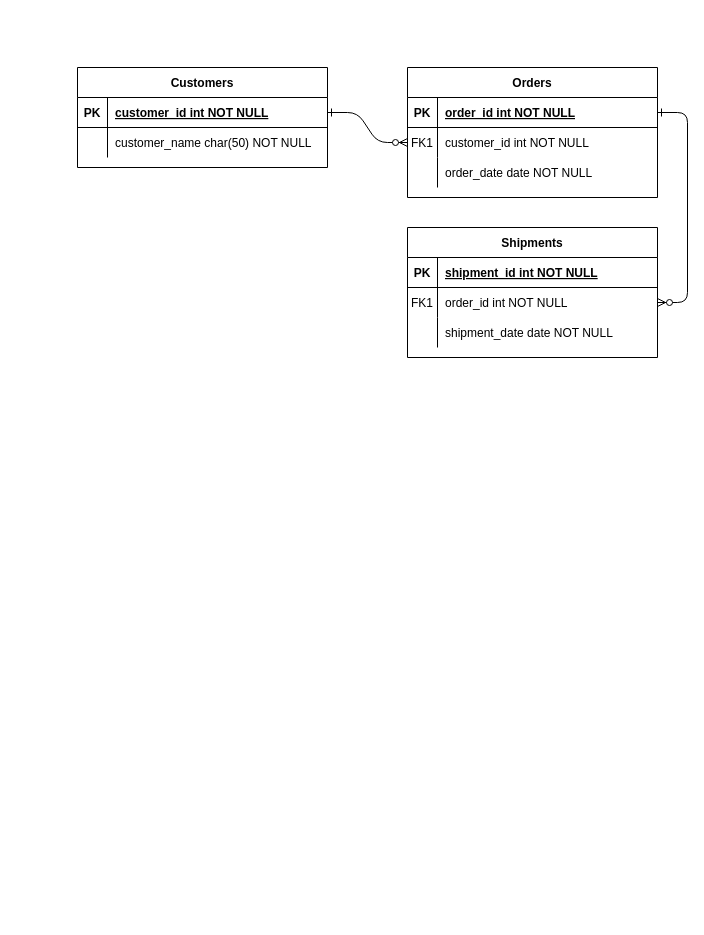
The draw.io diagram 未命名绘图.drawio in LUsamiLU/ALY-6000-Project1, before the edit. Source tidied: cells renumbered, new cells numbered last; positions are measured from the earlier drawing's top-left corner, leaving out a move shared by most shapes. Both pictures are drawn from the tidied source at 100%, with x=0, y=0 at pixel (77, 67).
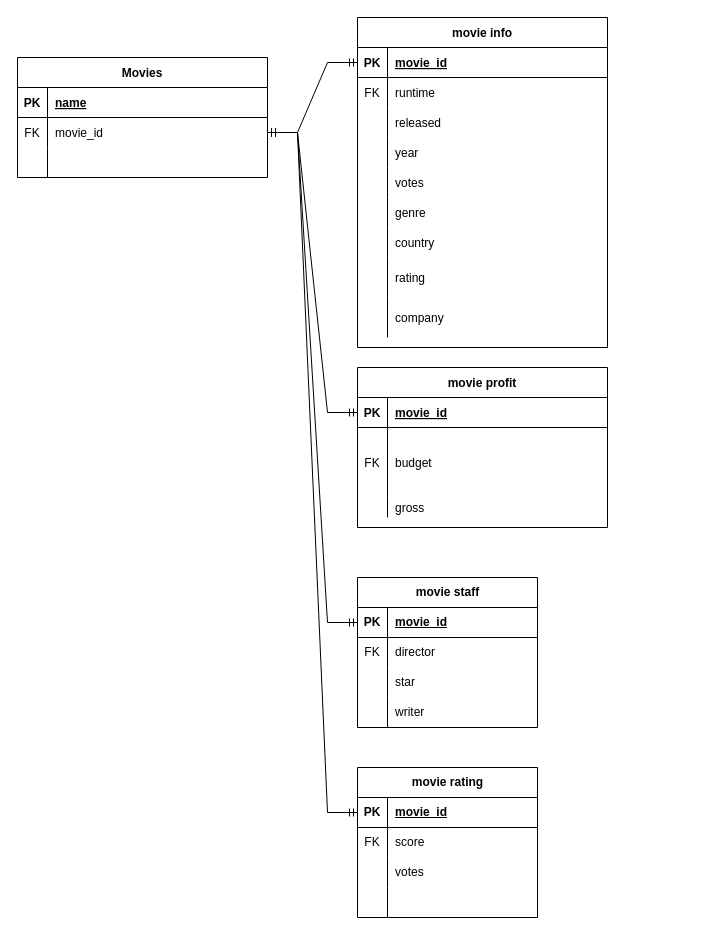
Above is the later version.

The change refers to these unchanged cells:
```xml
<mxCell id="5" style="shape=partialRectangle;fillColor=none;points=[[0,0.5],[1,0.5]];portConstraint=eastwest;top=0;left=0;right=0;bottom=1;" parent="4" vertex="1">
  <mxGeometry y="30" width="250" height="30" as="geometry" />
</mxCell>
<mxCell id="8" style="shape=partialRectangle;fillColor=none;points=[[0,0.5],[1,0.5]];portConstraint=eastwest;top=0;left=0;right=0;bottom=0;" parent="4" vertex="1">
  <mxGeometry y="60" width="250" height="30" as="geometry" />
</mxCell>
<mxCell id="11" style="shape=partialRectangle;fillColor=none;top=0;left=0;right=0;bottom=0;" parent="4" vertex="1">
  <mxGeometry y="90" width="250" height="30" as="geometry" />
</mxCell>
<mxCell id="15" style="shape=partialRectangle;fillColor=none;points=[[0,0.5],[1,0.5]];portConstraint=eastwest;top=0;left=0;right=0;bottom=1;" parent="14" vertex="1">
  <mxGeometry y="30" width="250" height="30" as="geometry" />
</mxCell>
<mxCell id="25" style="shape=partialRectangle;fillColor=none;points=[[0,0.5],[1,0.5]];portConstraint=eastwest;top=0;left=0;right=0;bottom=1;" parent="24" vertex="1">
  <mxGeometry y="30" width="250" height="30" as="geometry" />
</mxCell>
<mxCell id="28" style="shape=partialRectangle;fillColor=none;points=[[0,0.5],[1,0.5]];portConstraint=eastwest;top=0;left=0;right=0;bottom=0;" parent="24" vertex="1">
  <mxGeometry y="60" width="250" height="30" as="geometry" />
</mxCell>
```

The edit, as a diff of the source:
```diff
@@
-    <mxCell id="2" style="edgeStyle=entityRelationEdgeStyle;endArrow=ERzeroToMany;startArrow=ERone;endFill=1;startFill=0;" parent="1" edge="1" source="25" target="8">
-      <mxGeometry relative="1" as="geometry" />
-    </mxCell>
-    <mxCell id="3" style="edgeStyle=entityRelationEdgeStyle;endArrow=ERzeroToMany;startArrow=ERone;endFill=1;startFill=0;" parent="1" edge="1" source="5" target="18">
-      <mxGeometry relative="1" as="geometry" />
-    </mxCell>
-    <mxCell id="4" value="Orders" style="shape=table;startSize=30;childLayout=tableLayout;rowLines=0;fontStyle=1;align=center;" parent="1" vertex="1">
-      <mxGeometry x="330" width="250" height="130" as="geometry" />
+    <mxCell id="4" value="movie info" style="shape=table;startSize=30;childLayout=tableLayout;rowLines=0;fontStyle=1;align=center;" parent="1" vertex="1">
+      <mxGeometry x="280" y="-50" width="250" height="330" as="geometry" />
     </mxCell>
@@
-    <mxCell id="7" value="order_id int NOT NULL " style="shape=partialRectangle;overflow=hidden;fillColor=none;top=0;left=0;bottom=0;right=0;align=left;spacingLeft=6;fontStyle=5;" parent="5" vertex="1">
+    <mxCell id="7" value="movie_id" style="shape=partialRectangle;overflow=hidden;fillColor=none;top=0;left=0;bottom=0;right=0;align=left;spacingLeft=6;fontStyle=5;" parent="5" vertex="1">
       <mxGeometry x="30" width="220" height="30" as="geometry" />
     </mxCell>
@@
-    <mxCell id="9" value="FK1" style="shape=partialRectangle;overflow=hidden;fillColor=none;top=0;left=0;bottom=0;right=0;" parent="8" vertex="1">
+    <mxCell id="9" value="FK" style="shape=partialRectangle;overflow=hidden;fillColor=none;top=0;left=0;bottom=0;right=0;" parent="8" vertex="1">
       <mxGeometry width="30" height="30" as="geometry" />
     </mxCell>
-    <mxCell id="10" value="customer_id int NOT NULL" style="shape=partialRectangle;overflow=hidden;fillColor=none;top=0;left=0;bottom=0;right=0;align=left;spacingLeft=6;" parent="8" vertex="1">
+    <mxCell id="10" value="runtime" style="shape=partialRectangle;overflow=hidden;fillColor=none;top=0;left=0;bottom=0;right=0;align=left;spacingLeft=6;" parent="8" vertex="1">
       <mxGeometry x="30" width="220" height="30" as="geometry" />
     </mxCell>
@@
-    <mxCell id="13" value="order_date date NOT NULL" style="shape=partialRectangle;overflow=hidden;fillColor=none;top=0;left=0;bottom=0;right=0;align=left;spacingLeft=6;" parent="11" vertex="1">
+    <mxCell id="13" value="released" style="shape=partialRectangle;overflow=hidden;fillColor=none;top=0;left=0;bottom=0;right=0;align=left;spacingLeft=6;" parent="11" vertex="1">
       <mxGeometry x="30" width="220" height="30" as="geometry" />
     </mxCell>
+    <mxCell id="31" style="shape=partialRectangle;fillColor=none;top=0;left=0;right=0;bottom=0;" parent="4" vertex="1">
+      <mxGeometry y="120" width="250" height="30" as="geometry" />
+    </mxCell>
+    <mxCell id="32" style="shape=partialRectangle;overflow=hidden;fillColor=none;top=0;left=0;bottom=0;right=0;" parent="31" vertex="1">
+      <mxGeometry width="30" height="30" as="geometry" />
+    </mxCell>
+    <mxCell id="33" value="year" style="shape=partialRectangle;overflow=hidden;fillColor=none;top=0;left=0;bottom=0;right=0;align=left;spacingLeft=6;" parent="31" vertex="1">
+      <mxGeometry x="30" width="220" height="30" as="geometry" />
+    </mxCell>
+    <mxCell id="34" style="shape=partialRectangle;fillColor=none;top=0;left=0;right=0;bottom=0;" parent="4" vertex="1">
+      <mxGeometry y="150" width="250" height="30" as="geometry" />
+    </mxCell>
+    <mxCell id="35" style="shape=partialRectangle;overflow=hidden;fillColor=none;top=0;left=0;bottom=0;right=0;" parent="34" vertex="1">
+      <mxGeometry width="30" height="30" as="geometry" />
+    </mxCell>
+    <mxCell id="36" value="votes" style="shape=partialRectangle;overflow=hidden;fillColor=none;top=0;left=0;bottom=0;right=0;align=left;spacingLeft=6;" parent="34" vertex="1">
+      <mxGeometry x="30" width="220" height="30" as="geometry" />
+    </mxCell>
+    <mxCell id="37" style="shape=partialRectangle;fillColor=none;top=0;left=0;right=0;bottom=0;" parent="4" vertex="1">
+      <mxGeometry y="180" width="250" height="30" as="geometry" />
+    </mxCell>
+    <mxCell id="38" style="shape=partialRectangle;overflow=hidden;fillColor=none;top=0;left=0;bottom=0;right=0;" parent="37" vertex="1">
+      <mxGeometry width="30" height="30" as="geometry" />
+    </mxCell>
+    <mxCell id="39" value="genre" style="shape=partialRectangle;overflow=hidden;fillColor=none;top=0;left=0;bottom=0;right=0;align=left;spacingLeft=6;" parent="37" vertex="1">
+      <mxGeometry x="30" width="220" height="30" as="geometry" />
+    </mxCell>
+    <mxCell id="40" style="shape=partialRectangle;fillColor=none;top=0;left=0;right=0;bottom=0;" parent="4" vertex="1">
+      <mxGeometry y="210" width="250" height="30" as="geometry" />
+    </mxCell>
+    <mxCell id="41" style="shape=partialRectangle;overflow=hidden;fillColor=none;top=0;left=0;bottom=0;right=0;" parent="40" vertex="1">
+      <mxGeometry width="30" height="30" as="geometry" />
+    </mxCell>
+    <mxCell id="42" value="country" style="shape=partialRectangle;overflow=hidden;fillColor=none;top=0;left=0;bottom=0;right=0;align=left;spacingLeft=6;" parent="40" vertex="1">
+      <mxGeometry x="30" width="220" height="30" as="geometry" />
+    </mxCell>
+    <mxCell id="43" style="shape=partialRectangle;fillColor=none;top=0;left=0;right=0;bottom=0;" parent="4" vertex="1">
+      <mxGeometry y="240" width="250" height="40" as="geometry" />
+    </mxCell>
+    <mxCell id="44" style="shape=partialRectangle;overflow=hidden;fillColor=none;top=0;left=0;bottom=0;right=0;" parent="43" vertex="1">
+      <mxGeometry width="30" height="40" as="geometry" />
+    </mxCell>
+    <mxCell id="45" value="rating" style="shape=partialRectangle;overflow=hidden;fillColor=none;top=0;left=0;bottom=0;right=0;align=left;spacingLeft=6;" parent="43" vertex="1">
+      <mxGeometry x="30" width="220" height="40" as="geometry" />
+    </mxCell>
+    <mxCell id="46" style="shape=partialRectangle;fillColor=none;top=0;left=0;right=0;bottom=0;" parent="4" vertex="1">
+      <mxGeometry y="280" width="250" height="40" as="geometry" />
+    </mxCell>
+    <mxCell id="47" style="shape=partialRectangle;overflow=hidden;fillColor=none;top=0;left=0;bottom=0;right=0;" parent="46" vertex="1">
+      <mxGeometry width="30" height="40" as="geometry" />
+    </mxCell>
+    <mxCell id="48" value="company" style="shape=partialRectangle;overflow=hidden;fillColor=none;top=0;left=0;bottom=0;right=0;align=left;spacingLeft=6;" parent="46" vertex="1">
+      <mxGeometry x="30" width="220" height="40" as="geometry" />
+    </mxCell>
-    <mxCell id="14" value="Shipments" style="shape=table;startSize=30;childLayout=tableLayout;rowLines=0;fontStyle=1;align=center;" parent="1" vertex="1">
-      <mxGeometry x="330" y="160" width="250" height="130" as="geometry" />
+    <mxCell id="14" value="movie profit" style="shape=table;startSize=30;childLayout=tableLayout;rowLines=0;fontStyle=1;align=center;" parent="1" vertex="1">
+      <mxGeometry x="280" y="300" width="250" height="160" as="geometry" />
     </mxCell>
@@
-    <mxCell id="17" value="shipment_id int NOT NULL " style="shape=partialRectangle;overflow=hidden;fillColor=none;top=0;left=0;bottom=0;right=0;align=left;spacingLeft=6;fontStyle=5;" parent="15" vertex="1">
+    <mxCell id="17" value="movie_id" style="shape=partialRectangle;overflow=hidden;fillColor=none;top=0;left=0;bottom=0;right=0;align=left;spacingLeft=6;fontStyle=5;" parent="15" vertex="1">
       <mxGeometry x="30" width="220" height="30" as="geometry" />
     </mxCell>
     <mxCell id="18" style="shape=partialRectangle;fillColor=none;points=[[0,0.5],[1,0.5]];portConstraint=eastwest;top=0;left=0;right=0;bottom=0;" parent="14" vertex="1">
-      <mxGeometry y="60" width="250" height="30" as="geometry" />
+      <mxGeometry y="60" width="250" height="70" as="geometry" />
     </mxCell>
-    <mxCell id="19" value="FK1" style="shape=partialRectangle;overflow=hidden;fillColor=none;top=0;left=0;bottom=0;right=0;" parent="18" vertex="1">
-      <mxGeometry width="30" height="30" as="geometry" />
+    <mxCell id="19" value="FK" style="shape=partialRectangle;overflow=hidden;fillColor=none;top=0;left=0;bottom=0;right=0;" parent="18" vertex="1">
+      <mxGeometry width="30" height="70" as="geometry" />
     </mxCell>
-    <mxCell id="20" value="order_id int NOT NULL" style="shape=partialRectangle;overflow=hidden;fillColor=none;top=0;left=0;bottom=0;right=0;align=left;spacingLeft=6;" parent="18" vertex="1">
-      <mxGeometry x="30" width="220" height="30" as="geometry" />
+    <mxCell id="20" value="budget" style="shape=partialRectangle;overflow=hidden;fillColor=none;top=0;left=0;bottom=0;right=0;align=left;spacingLeft=6;" parent="18" vertex="1">
+      <mxGeometry x="30" width="220" height="70" as="geometry" />
     </mxCell>
     <mxCell id="21" style="shape=partialRectangle;fillColor=none;top=0;left=0;right=0;bottom=0;" parent="14" vertex="1">
-      <mxGeometry y="90" width="250" height="30" as="geometry" />
+      <mxGeometry y="130" width="250" height="20" as="geometry" />
     </mxCell>
     <mxCell id="22" style="shape=partialRectangle;overflow=hidden;fillColor=none;top=0;left=0;bottom=0;right=0;" parent="21" vertex="1">
-      <mxGeometry width="30" height="30" as="geometry" />
+      <mxGeometry width="30" height="20" as="geometry" />
     </mxCell>
-    <mxCell id="23" value="shipment_date date NOT NULL" style="shape=partialRectangle;overflow=hidden;fillColor=none;top=0;left=0;bottom=0;right=0;align=left;spacingLeft=6;" parent="21" vertex="1">
-      <mxGeometry x="30" width="220" height="30" as="geometry" />
+    <mxCell id="23" value="gross" style="shape=partialRectangle;overflow=hidden;fillColor=none;top=0;left=0;bottom=0;right=0;align=left;spacingLeft=6;" parent="21" vertex="1">
+      <mxGeometry x="30" width="220" height="20" as="geometry" />
     </mxCell>
-    <mxCell id="24" value="Customers" style="shape=table;startSize=30;childLayout=tableLayout;rowLines=0;fontStyle=1;align=center;" parent="1" vertex="1">
-      <mxGeometry width="250" height="100" as="geometry" />
+    <mxCell id="24" value="Movies" style="shape=table;startSize=30;childLayout=tableLayout;rowLines=0;fontStyle=1;align=center;" parent="1" vertex="1">
+      <mxGeometry x="-60" y="-10" width="250" height="120" as="geometry" />
     </mxCell>
@@
-    <mxCell id="27" value="customer_id int NOT NULL " style="shape=partialRectangle;overflow=hidden;fillColor=none;top=0;left=0;bottom=0;right=0;align=left;spacingLeft=6;fontStyle=5;" parent="25" vertex="1">
+    <mxCell id="27" value="name" style="shape=partialRectangle;overflow=hidden;fillColor=none;top=0;left=0;bottom=0;right=0;align=left;spacingLeft=6;fontStyle=5;" parent="25" vertex="1">
       <mxGeometry x="30" width="220" height="30" as="geometry" />
     </mxCell>
@@
-    <mxCell id="29" style="shape=partialRectangle;overflow=hidden;fillColor=none;top=0;left=0;bottom=0;right=0;" parent="28" vertex="1">
+    <mxCell id="29" value="FK" style="shape=partialRectangle;overflow=hidden;fillColor=none;top=0;left=0;bottom=0;right=0;" parent="28" vertex="1">
       <mxGeometry width="30" height="30" as="geometry" />
     </mxCell>
-    <mxCell id="30" value="customer_name char(50) NOT NULL" style="shape=partialRectangle;overflow=hidden;fillColor=none;top=0;left=0;bottom=0;right=0;align=left;spacingLeft=6;" parent="28" vertex="1">
+    <mxCell id="30" value="movie_id" style="shape=partialRectangle;overflow=hidden;fillColor=none;top=0;left=0;bottom=0;right=0;align=left;spacingLeft=6;" parent="28" vertex="1">
       <mxGeometry x="30" width="220" height="30" as="geometry" />
     </mxCell>
+    <mxCell id="49" style="shape=partialRectangle;fillColor=none;top=0;left=0;right=0;bottom=0;" parent="24" vertex="1">
+      <mxGeometry y="90" width="250" height="30" as="geometry" />
+    </mxCell>
+    <mxCell id="50" style="shape=partialRectangle;overflow=hidden;fillColor=none;top=0;left=0;bottom=0;right=0;" parent="49" vertex="1">
+      <mxGeometry width="30" height="30" as="geometry" />
+    </mxCell>
+    <mxCell id="51" style="shape=partialRectangle;overflow=hidden;fillColor=none;top=0;left=0;bottom=0;right=0;align=left;spacingLeft=6;" parent="49" vertex="1">
+      <mxGeometry x="30" width="220" height="30" as="geometry" />
+    </mxCell>
+    <mxCell id="52" value="movie staff" style="shape=table;startSize=30;childLayout=tableLayout;rowLines=0;fontStyle=1;align=center;html=1;" parent="1" vertex="1">
+      <mxGeometry x="280" y="510" width="180" height="150" as="geometry" />
+    </mxCell>
+    <mxCell id="53" style="shape=tableRow;horizontal=0;startSize=0;swimlaneHead=0;swimlaneBody=0;fillColor=none;points=[[0,0.5],[1,0.5]];portConstraint=eastwest;top=0;left=0;right=0;bottom=1;" parent="52" vertex="1">
+      <mxGeometry y="30" width="180" height="30" as="geometry" />
+    </mxCell>
+    <mxCell id="54" value="PK" style="shape=partialRectangle;fillColor=none;top=0;left=0;bottom=0;right=0;fontStyle=1;overflow=hidden;whiteSpace=wrap;html=1;" parent="53" vertex="1">
+      <mxGeometry width="30" height="30" as="geometry" />
+    </mxCell>
+    <mxCell id="55" value="movie_id" style="shape=partialRectangle;fillColor=none;top=0;left=0;bottom=0;right=0;align=left;spacingLeft=6;fontStyle=5;overflow=hidden;whiteSpace=wrap;html=1;" parent="53" vertex="1">
+      <mxGeometry x="30" width="150" height="30" as="geometry" />
+    </mxCell>
+    <mxCell id="56" style="shape=tableRow;horizontal=0;startSize=0;swimlaneHead=0;swimlaneBody=0;fillColor=none;top=0;left=0;right=0;bottom=0;" parent="52" vertex="1">
+      <mxGeometry y="60" width="180" height="30" as="geometry" />
+    </mxCell>
+    <mxCell id="57" value="FK" style="shape=partialRectangle;fillColor=none;top=0;left=0;bottom=0;right=0;overflow=hidden;whiteSpace=wrap;html=1;" parent="56" vertex="1">
+      <mxGeometry width="30" height="30" as="geometry" />
+    </mxCell>
+    <mxCell id="58" value="director" style="shape=partialRectangle;fillColor=none;top=0;left=0;bottom=0;right=0;align=left;spacingLeft=6;overflow=hidden;whiteSpace=wrap;html=1;" parent="56" vertex="1">
+      <mxGeometry x="30" width="150" height="30" as="geometry" />
+    </mxCell>
+    <mxCell id="59" style="shape=tableRow;horizontal=0;startSize=0;swimlaneHead=0;swimlaneBody=0;fillColor=none;top=0;left=0;right=0;bottom=0;" parent="52" vertex="1">
+      <mxGeometry y="90" width="180" height="30" as="geometry" />
+    </mxCell>
+    <mxCell id="60" style="shape=partialRectangle;fillColor=none;top=0;left=0;bottom=0;right=0;overflow=hidden;whiteSpace=wrap;html=1;" parent="59" vertex="1">
+      <mxGeometry width="30" height="30" as="geometry" />
+    </mxCell>
+    <mxCell id="61" value="star" style="shape=partialRectangle;fillColor=none;top=0;left=0;bottom=0;right=0;align=left;spacingLeft=6;overflow=hidden;whiteSpace=wrap;html=1;" parent="59" vertex="1">
+      <mxGeometry x="30" width="150" height="30" as="geometry" />
+    </mxCell>
+    <mxCell id="62" style="shape=tableRow;horizontal=0;startSize=0;swimlaneHead=0;swimlaneBody=0;fillColor=none;top=0;left=0;right=0;bottom=0;" parent="52" vertex="1">
+      <mxGeometry y="120" width="180" height="30" as="geometry" />
+    </mxCell>
+    <mxCell id="63" style="shape=partialRectangle;fillColor=none;top=0;left=0;bottom=0;right=0;overflow=hidden;whiteSpace=wrap;html=1;" parent="62" vertex="1">
+      <mxGeometry width="30" height="30" as="geometry" />
+    </mxCell>
+    <mxCell id="64" value="writer" style="shape=partialRectangle;fillColor=none;top=0;left=0;bottom=0;right=0;align=left;spacingLeft=6;overflow=hidden;whiteSpace=wrap;html=1;" parent="62" vertex="1">
+      <mxGeometry x="30" width="150" height="30" as="geometry" />
+    </mxCell>
+    <mxCell id="65" style="edgeStyle=entityRelationEdgeStyle;fontSize=12;html=1;endArrow=ERmandOne;startArrow=ERmandOne;rounded=0;exitX=1;exitY=0.5;exitDx=0;exitDy=0;entryX=0;entryY=0.5;entryDx=0;entryDy=0;" parent="1" edge="1" source="28" target="15">
+      <mxGeometry relative="1" as="geometry" />
+    </mxCell>
+    <mxCell id="66" style="edgeStyle=entityRelationEdgeStyle;fontSize=12;html=1;endArrow=ERmandOne;startArrow=ERmandOne;rounded=0;exitX=1;exitY=0.5;exitDx=0;exitDy=0;entryX=0;entryY=0.5;entryDx=0;entryDy=0;" parent="1" edge="1" source="28" target="5">
+      <mxGeometry relative="1" as="geometry" />
+    </mxCell>
+    <mxCell id="67" style="edgeStyle=entityRelationEdgeStyle;fontSize=12;html=1;endArrow=ERmandOne;startArrow=ERmandOne;rounded=0;exitX=1;exitY=0.5;exitDx=0;exitDy=0;" parent="1" edge="1" source="28" target="53">
+      <mxGeometry relative="1" as="geometry" />
+    </mxCell>
+    <mxCell id="68" value="movie rating" style="shape=table;startSize=30;childLayout=tableLayout;rowLines=0;fontStyle=1;align=center;html=1;" parent="1" vertex="1">
+      <mxGeometry x="280" y="700" width="180" height="150" as="geometry" />
+    </mxCell>
+    <mxCell id="69" style="shape=tableRow;horizontal=0;startSize=0;swimlaneHead=0;swimlaneBody=0;fillColor=none;points=[[0,0.5],[1,0.5]];portConstraint=eastwest;top=0;left=0;right=0;bottom=1;" parent="68" vertex="1">
+      <mxGeometry y="30" width="180" height="30" as="geometry" />
+    </mxCell>
+    <mxCell id="70" value="PK" style="shape=partialRectangle;fillColor=none;top=0;left=0;bottom=0;right=0;fontStyle=1;overflow=hidden;whiteSpace=wrap;html=1;" parent="69" vertex="1">
+      <mxGeometry width="30" height="30" as="geometry" />
+    </mxCell>
+    <mxCell id="71" value="movie_id" style="shape=partialRectangle;fillColor=none;top=0;left=0;bottom=0;right=0;align=left;spacingLeft=6;fontStyle=5;overflow=hidden;whiteSpace=wrap;html=1;" parent="69" vertex="1">
+      <mxGeometry x="30" width="150" height="30" as="geometry" />
+    </mxCell>
+    <mxCell id="72" style="shape=tableRow;horizontal=0;startSize=0;swimlaneHead=0;swimlaneBody=0;fillColor=none;top=0;left=0;right=0;bottom=0;" parent="68" vertex="1">
+      <mxGeometry y="60" width="180" height="30" as="geometry" />
+    </mxCell>
+    <mxCell id="73" value="FK" style="shape=partialRectangle;fillColor=none;top=0;left=0;bottom=0;right=0;overflow=hidden;whiteSpace=wrap;html=1;" parent="72" vertex="1">
+      <mxGeometry width="30" height="30" as="geometry" />
+    </mxCell>
+    <mxCell id="74" value="score" style="shape=partialRectangle;fillColor=none;top=0;left=0;bottom=0;right=0;align=left;spacingLeft=6;overflow=hidden;whiteSpace=wrap;html=1;" parent="72" vertex="1">
+      <mxGeometry x="30" width="150" height="30" as="geometry" />
+    </mxCell>
+    <mxCell id="75" style="shape=tableRow;horizontal=0;startSize=0;swimlaneHead=0;swimlaneBody=0;fillColor=none;top=0;left=0;right=0;bottom=0;" parent="68" vertex="1">
+      <mxGeometry y="90" width="180" height="30" as="geometry" />
+    </mxCell>
+    <mxCell id="76" style="shape=partialRectangle;fillColor=none;top=0;left=0;bottom=0;right=0;overflow=hidden;whiteSpace=wrap;html=1;" parent="75" vertex="1">
+      <mxGeometry width="30" height="30" as="geometry" />
+    </mxCell>
+    <mxCell id="77" value="votes" style="shape=partialRectangle;fillColor=none;top=0;left=0;bottom=0;right=0;align=left;spacingLeft=6;overflow=hidden;whiteSpace=wrap;html=1;" parent="75" vertex="1">
+      <mxGeometry x="30" width="150" height="30" as="geometry" />
+    </mxCell>
+    <mxCell id="78" style="shape=tableRow;horizontal=0;startSize=0;swimlaneHead=0;swimlaneBody=0;fillColor=none;top=0;left=0;right=0;bottom=0;" parent="68" vertex="1">
+      <mxGeometry y="120" width="180" height="30" as="geometry" />
+    </mxCell>
+    <mxCell id="79" style="shape=partialRectangle;fillColor=none;top=0;left=0;bottom=0;right=0;overflow=hidden;whiteSpace=wrap;html=1;" parent="78" vertex="1">
+      <mxGeometry width="30" height="30" as="geometry" />
+    </mxCell>
+    <mxCell id="80" style="shape=partialRectangle;fillColor=none;top=0;left=0;bottom=0;right=0;align=left;spacingLeft=6;overflow=hidden;whiteSpace=wrap;html=1;" parent="78" vertex="1">
+      <mxGeometry x="30" width="150" height="30" as="geometry" />
+    </mxCell>
+    <mxCell id="81" style="edgeStyle=entityRelationEdgeStyle;fontSize=12;html=1;endArrow=ERmandOne;startArrow=ERmandOne;rounded=0;exitX=1;exitY=0.5;exitDx=0;exitDy=0;entryX=0;entryY=0.5;entryDx=0;entryDy=0;" parent="1" edge="1" source="28" target="69">
+      <mxGeometry relative="1" as="geometry" />
+    </mxCell>
```
